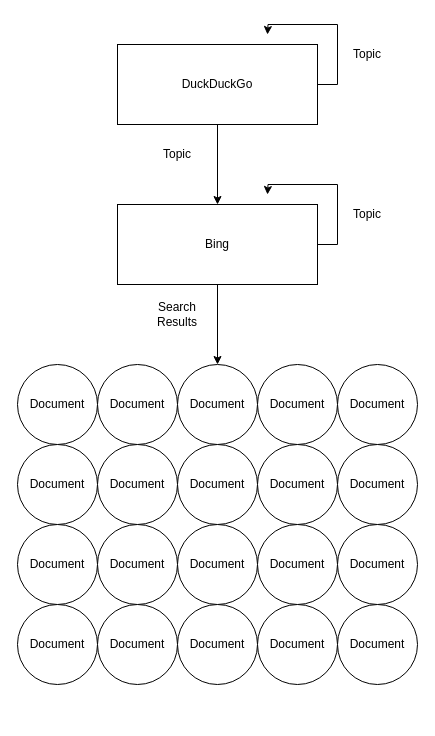
Above: PoC.drawio in nicksettje/unique-search (draw.io), before the change. Source tidied: cells renumbered, new cells numbered last; positions are measured from the earlier drawing's top-left corner, leaving out a move shared by most shapes. Both pictures are drawn from the tidied source at 100%, with x=0, y=0 at pixel (17, 34).
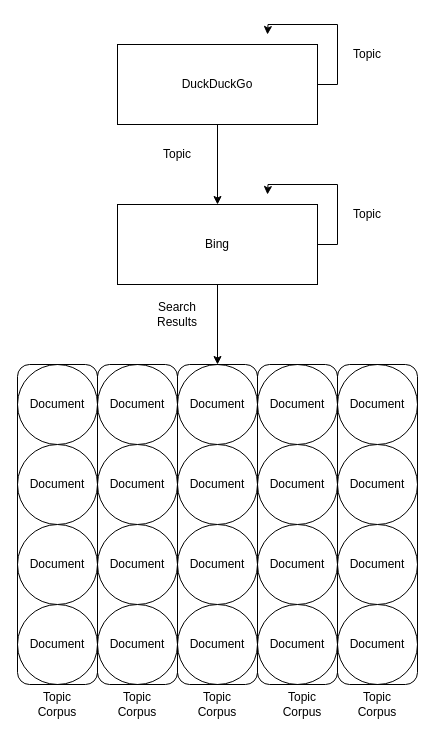
The same page after the edit.

Change to the diagram source:
```diff
@@
+    <mxCell id="32" style="rounded=1;whiteSpace=wrap;html=1;fillColor=none;" parent="1" vertex="1">
+      <mxGeometry y="330" width="80" height="320" as="geometry" />
+    </mxCell>
+    <mxCell id="33" style="rounded=1;whiteSpace=wrap;html=1;fillColor=none;" parent="1" vertex="1">
+      <mxGeometry x="80" y="330" width="80" height="320" as="geometry" />
+    </mxCell>
+    <mxCell id="34" style="rounded=1;whiteSpace=wrap;html=1;fillColor=none;" parent="1" vertex="1">
+      <mxGeometry x="160" y="330" width="80" height="320" as="geometry" />
+    </mxCell>
+    <mxCell id="35" style="rounded=1;whiteSpace=wrap;html=1;fillColor=none;" parent="1" vertex="1">
+      <mxGeometry x="240" y="330" width="80" height="320" as="geometry" />
+    </mxCell>
+    <mxCell id="36" style="rounded=1;whiteSpace=wrap;html=1;fillColor=none;" parent="1" vertex="1">
+      <mxGeometry x="320" y="330" width="80" height="320" as="geometry" />
+    </mxCell>
+    <mxCell id="37" value="Topic Corpus" style="text;html=1;strokeColor=none;fillColor=none;align=center;verticalAlign=middle;whiteSpace=wrap;rounded=0;" parent="1" vertex="1">
+      <mxGeometry x="20" y="660" width="40" height="20" as="geometry" />
+    </mxCell>
+    <mxCell id="38" value="Topic Corpus" style="text;html=1;strokeColor=none;fillColor=none;align=center;verticalAlign=middle;whiteSpace=wrap;rounded=0;" parent="1" vertex="1">
+      <mxGeometry x="100" y="660" width="40" height="20" as="geometry" />
+    </mxCell>
+    <mxCell id="39" value="Topic Corpus" style="text;html=1;strokeColor=none;fillColor=none;align=center;verticalAlign=middle;whiteSpace=wrap;rounded=0;" parent="1" vertex="1">
+      <mxGeometry x="180" y="660" width="40" height="20" as="geometry" />
+    </mxCell>
+    <mxCell id="40" value="Topic Corpus" style="text;html=1;strokeColor=none;fillColor=none;align=center;verticalAlign=middle;whiteSpace=wrap;rounded=0;" parent="1" vertex="1">
+      <mxGeometry x="265" y="660" width="40" height="20" as="geometry" />
+    </mxCell>
+    <mxCell id="41" value="Topic Corpus" style="text;html=1;strokeColor=none;fillColor=none;align=center;verticalAlign=middle;whiteSpace=wrap;rounded=0;" parent="1" vertex="1">
+      <mxGeometry x="340" y="660" width="40" height="20" as="geometry" />
+    </mxCell>
```
